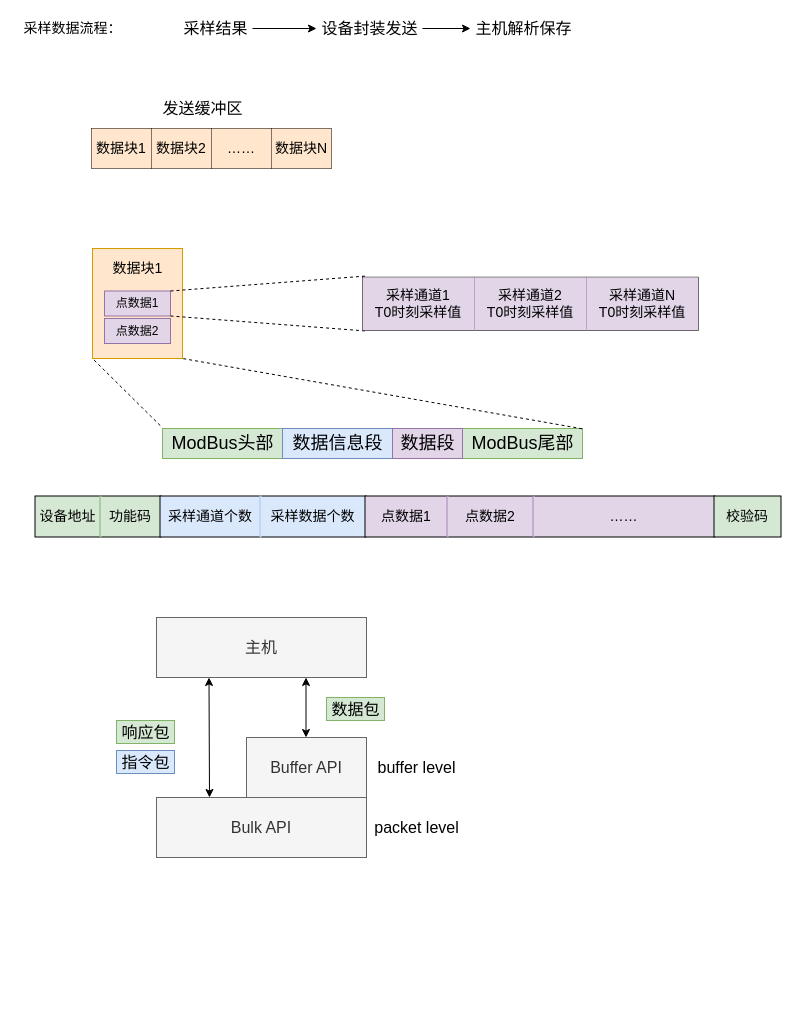
Before: page "数据块组织" (3 of 6) of Untitled Diagram.drawio in fuxinsen/test, a draw.io diagram. Source tidied: cells renumbered, new cells numbered last; positions are measured from the earlier drawing's top-left corner, leaving out a move shared by most shapes. Both pictures are drawn from the tidied source at 100%, with x=0, y=0 at pixel (17, 16).
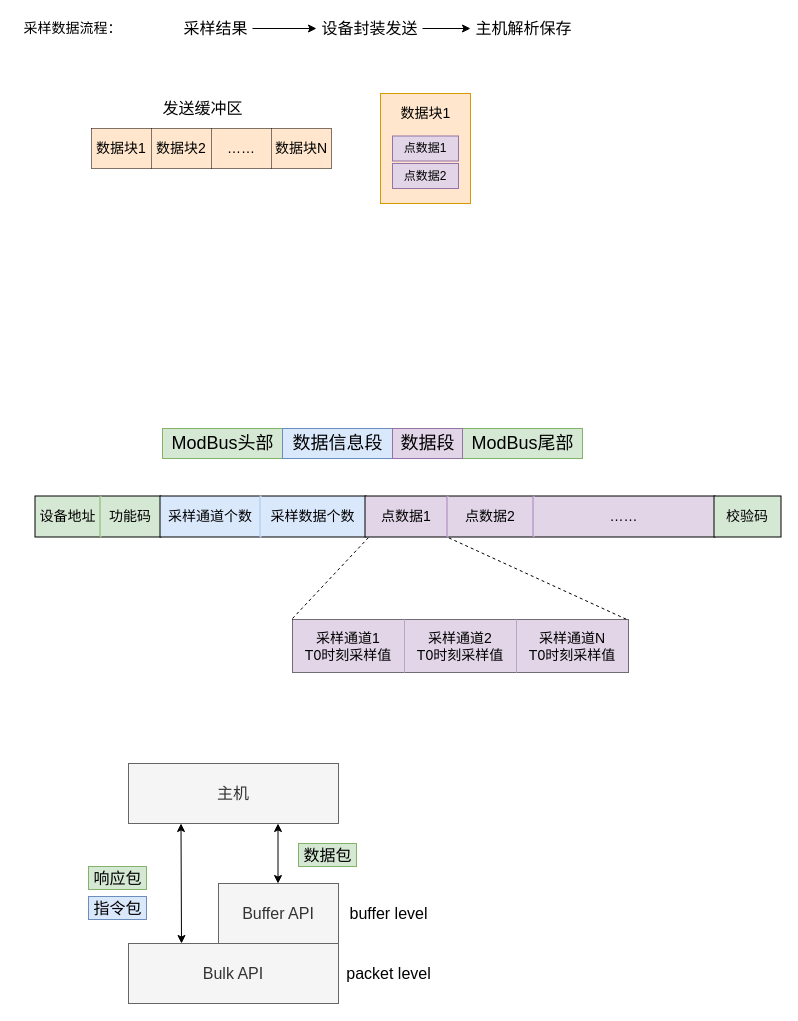
The same page after the edit.

Unchanged cells that the change refers to:
```xml
<mxCell id="3" style="shape=partialRectangle;html=1;whiteSpace=wrap;fillColor=none;top=0;left=0;bottom=0;right=0;points=[[0,0.5],[1,0.5]];portConstraint=eastwest;fontSize=14;" parent="2" vertex="1">
  <mxGeometry width="745" height="40" as="geometry" />
</mxCell>
<mxCell id="12" value="ModBus头部" style="text;html=1;align=center;verticalAlign=middle;points=[];fillColor=#d5e8d4;fontSize=18;strokeColor=#82b366;" parent="1" vertex="1">
  <mxGeometry x="145" y="412" width="120" height="30" as="geometry" />
</mxCell>
<mxCell id="14" value="ModBus尾部" style="text;html=1;align=center;verticalAlign=middle;points=[];fillColor=#d5e8d4;fontSize=18;strokeColor=#82b366;" parent="1" vertex="1">
  <mxGeometry x="445" y="412" width="120" height="30" as="geometry" />
</mxCell>
<mxCell id="23" style="shape=partialRectangle;html=1;whiteSpace=wrap;fillColor=none;top=0;left=0;bottom=0;right=0;points=[[0,0.5],[1,0.5]];portConstraint=eastwest;fontSize=14;" parent="22" vertex="1">
  <mxGeometry width="336" height="53" as="geometry" />
</mxCell>
```

The edit, as a diff of the source:
```diff
@@
     <mxCell id="16" style="whiteSpace=wrap;html=1;strokeColor=#d79b00;fillColor=#ffe6cc;" parent="1" vertex="1">
-      <mxGeometry x="75" y="232" width="90" height="110" as="geometry" />
+      <mxGeometry x="363" y="77" width="90" height="110" as="geometry" />
     </mxCell>
     <mxCell id="17" value="点数据1" style="rounded=0;whiteSpace=wrap;html=1;strokeColor=#9673a6;fillColor=#e1d5e7;" parent="1" vertex="1">
-      <mxGeometry x="87" y="274.5" width="66" height="25" as="geometry" />
+      <mxGeometry x="375" y="119.5" width="66" height="25" as="geometry" />
     </mxCell>
     <mxCell id="18" value="点数据2" style="rounded=0;whiteSpace=wrap;html=1;strokeColor=#9673a6;fillColor=#e1d5e7;" parent="1" vertex="1">
-      <mxGeometry x="87" y="302" width="66" height="25" as="geometry" />
+      <mxGeometry x="375" y="147" width="66" height="25" as="geometry" />
     </mxCell>
     <mxCell id="19" value="数据块1" style="text;html=1;align=center;verticalAlign=middle;strokeColor=none;fontSize=14;" parent="1" vertex="1">
-      <mxGeometry x="85" y="242" width="70" height="20" as="geometry" />
+      <mxGeometry x="373" y="87" width="70" height="20" as="geometry" />
     </mxCell>
-    <mxCell id="20" style="endArrow=none;dashed=1;html=1;strokeWidth=1;exitX=1;exitY=0;exitDx=0;exitDy=0;entryX=0.015;entryY=-0.026;entryDx=0;entryDy=0;entryPerimeter=0;" parent="1" edge="1" source="17" target="23">
-      <mxGeometry relative="1" as="geometry" />
-    </mxCell>
-    <mxCell id="21" style="endArrow=none;dashed=1;html=1;strokeWidth=1;exitX=1;exitY=1;exitDx=0;exitDy=0;entryX=0.008;entryY=1.012;entryDx=0;entryDy=0;entryPerimeter=0;" parent="1" edge="1" source="17" target="23">
-      <mxGeometry relative="1" as="geometry" />
-    </mxCell>
     <mxCell id="22" style="shape=table;html=1;whiteSpace=wrap;startSize=0;childLayout=tableLayout;perimeterSpacing=1;strokeWidth=1;fontSize=14;" parent="1" vertex="1">
-      <mxGeometry x="345" y="260.8" width="336" height="53" as="geometry" />
+      <mxGeometry x="275" y="603" width="336" height="53" as="geometry" />
     </mxCell>
@@
-    <mxCell id="27" style="endArrow=none;dashed=1;html=1;fontSize=18;strokeWidth=1;entryX=1;entryY=1;entryDx=0;entryDy=0;exitX=0.997;exitY=0.009;exitDx=0;exitDy=0;exitPerimeter=0;" parent="1" edge="1" source="14" target="16">
-      <mxGeometry relative="1" as="geometry" />
-    </mxCell>
-    <mxCell id="28" style="endArrow=none;dashed=1;html=1;fontSize=18;strokeWidth=1;entryX=0;entryY=1;entryDx=0;entryDy=0;exitX=-0.019;exitY=-0.098;exitDx=0;exitDy=0;exitPerimeter=0;" parent="1" edge="1" source="12" target="16">
-      <mxGeometry relative="1" as="geometry" />
-    </mxCell>
@@
     <mxCell id="42" value="Buffer API" style="rounded=0;whiteSpace=wrap;html=1;shadow=0;fontSize=16;fontColor=#333333;startSize=0;strokeColor=#666666;strokeWidth=1;fillColor=#f5f5f5;align=center;" parent="1" vertex="1">
-      <mxGeometry x="229" y="721" width="120" height="60" as="geometry" />
+      <mxGeometry x="201" y="867" width="120" height="60" as="geometry" />
     </mxCell>
     <mxCell id="43" value="Bulk API" style="rounded=0;whiteSpace=wrap;html=1;shadow=0;fontSize=16;startSize=0;strokeWidth=1;align=center;fillColor=#f5f5f5;strokeColor=#666666;fontColor=#333333;" parent="1" vertex="1">
-      <mxGeometry x="139" y="781" width="210" height="60" as="geometry" />
+      <mxGeometry x="111" y="927" width="210" height="60" as="geometry" />
     </mxCell>
     <mxCell id="44" style="endArrow=classic;startArrow=classic;html=1;fontSize=16;fontColor=#000000;strokeWidth=1;" parent="1" edge="1">
       <mxGeometry relative="1" as="geometry">
-        <mxPoint x="288.5" y="721" as="sourcePoint" />
-        <mxPoint x="288.5" y="661" as="targetPoint" />
+        <mxPoint x="260.5" y="867" as="sourcePoint" />
+        <mxPoint x="260.5" y="807" as="targetPoint" />
       </mxGeometry>
     </mxCell>
     <mxCell id="45" value="主机" style="rounded=0;whiteSpace=wrap;html=1;shadow=0;fontSize=16;startSize=0;strokeWidth=1;align=center;fillColor=#f5f5f5;strokeColor=#666666;fontColor=#333333;" parent="1" vertex="1">
-      <mxGeometry x="139" y="601" width="210" height="60" as="geometry" />
+      <mxGeometry x="111" y="747" width="210" height="60" as="geometry" />
     </mxCell>
     <mxCell id="46" value="packet level" style="text;html=1;align=center;verticalAlign=middle;strokeColor=none;fontSize=16;fontColor=#000000;" parent="1" vertex="1">
-      <mxGeometry x="349" y="801" width="100" height="20" as="geometry" />
+      <mxGeometry x="321" y="947" width="100" height="20" as="geometry" />
     </mxCell>
     <mxCell id="47" value="buffer level" style="text;html=1;align=center;verticalAlign=middle;strokeColor=none;fontSize=16;fontColor=#000000;" parent="1" vertex="1">
-      <mxGeometry x="354" y="741" width="90" height="20" as="geometry" />
+      <mxGeometry x="326" y="887" width="90" height="20" as="geometry" />
     </mxCell>
     <mxCell id="48" value="数据包" style="text;html=1;align=center;verticalAlign=middle;strokeColor=#82b366;fontSize=16;fillColor=#d5e8d4;" parent="1" vertex="1">
-      <mxGeometry x="309" y="681" width="58" height="23" as="geometry" />
+      <mxGeometry x="281" y="827" width="58" height="23" as="geometry" />
     </mxCell>
     <mxCell id="49" value="响应包" style="text;html=1;align=center;verticalAlign=middle;strokeColor=#82b366;fontSize=16;fillColor=#d5e8d4;" parent="1" vertex="1">
-      <mxGeometry x="99" y="704" width="58" height="23" as="geometry" />
+      <mxGeometry x="71" y="850" width="58" height="23" as="geometry" />
     </mxCell>
     <mxCell id="50" value="指令包" style="text;html=1;align=center;verticalAlign=middle;strokeColor=#6c8ebf;fontSize=16;fillColor=#dae8fc;" parent="1" vertex="1">
-      <mxGeometry x="99" y="734" width="58" height="23" as="geometry" />
+      <mxGeometry x="71" y="880" width="58" height="23" as="geometry" />
     </mxCell>
     <mxCell id="51" style="endArrow=classic;startArrow=classic;html=1;entryX=0.25;entryY=1;entryDx=0;entryDy=0;" parent="1" edge="1" target="45">
       <mxGeometry relative="1" as="geometry">
-        <mxPoint x="192" y="781" as="sourcePoint" />
+        <mxPoint x="164" y="927" as="sourcePoint" />
       </mxGeometry>
     </mxCell>
+    <mxCell id="52" style="endArrow=none;dashed=1;html=1;" parent="1" edge="1">
+      <mxGeometry relative="1" as="geometry">
+        <mxPoint x="275" y="602" as="sourcePoint" />
+        <mxPoint x="351" y="521" as="targetPoint" />
+      </mxGeometry>
+    </mxCell>
+    <mxCell id="53" style="endArrow=none;dashed=1;html=1;exitX=0.993;exitY=-0.006;exitDx=0;exitDy=0;exitPerimeter=0;entryX=0.552;entryY=1.01;entryDx=0;entryDy=0;entryPerimeter=0;" parent="1" edge="1" source="23" target="3">
+      <mxGeometry relative="1" as="geometry" />
+    </mxCell>
```
